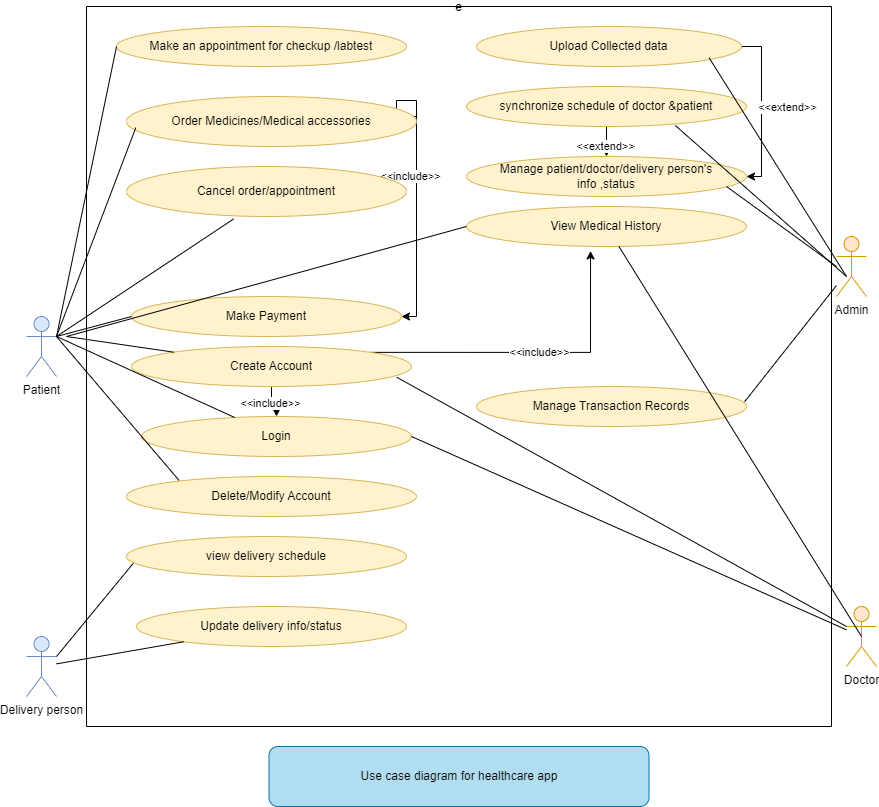
TRISHAHALDER/Medtech_Maven_usecase_diagram keeps this draw.io diagram as medtech_maven_usecase_diagram.png. Above is the earlier version. Source tidied: cells renumbered, new cells last; positions are measured from the earlier drawing's top-left corner, leaving out a move shared by most shapes.
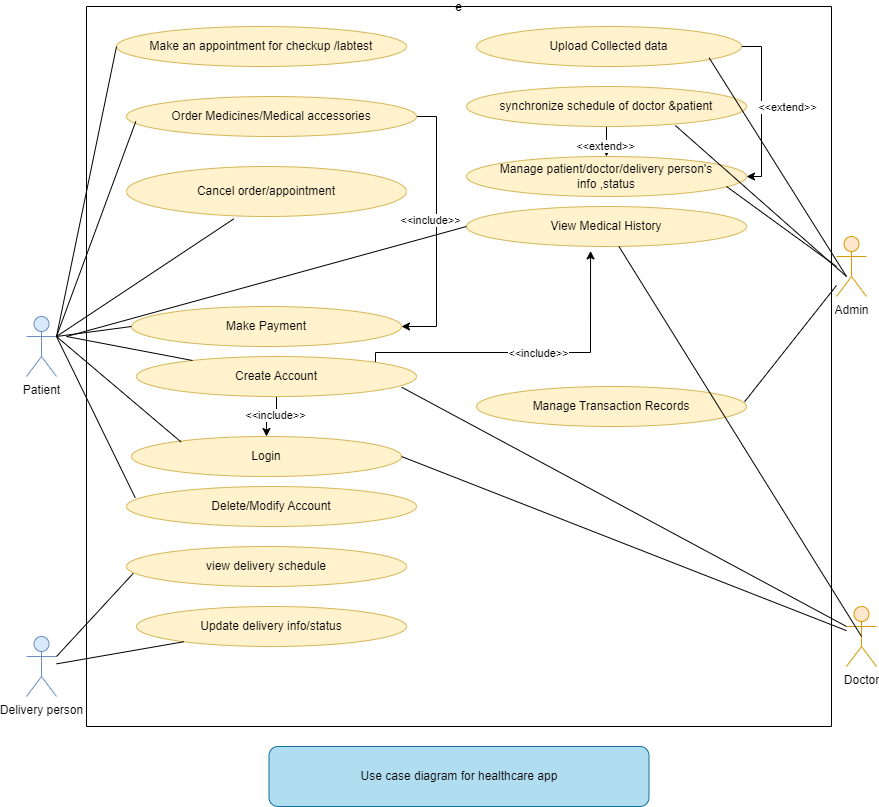
The same diagram one commit later.

What changed in the source:
```diff
@@ -22,21 +22,19 @@
       <mxGeometry x="-0.11" y="-2" relative="1" as="geometry" />
     </mxCell>
     <mxCell id="7" value="Create Account" style="ellipse;whiteSpace=wrap;html=1;fillColor=#fff2cc;strokeColor=#d6b656;" parent="2" vertex="1">
-      <mxGeometry x="45" y="340" width="280" height="40" as="geometry" />
+      <mxGeometry x="50" y="350" width="280" height="40" as="geometry" />
     </mxCell>
     <mxCell id="8" value="Manage Transaction Records" style="ellipse;whiteSpace=wrap;html=1;fillColor=#fff2cc;strokeColor=#d6b656;" parent="2" vertex="1">
       <mxGeometry x="390" y="380" width="270" height="40" as="geometry" />
     </mxCell>
     <mxCell id="9" value="Login" style="ellipse;whiteSpace=wrap;html=1;fillColor=#fff2cc;strokeColor=#d6b656;" parent="2" vertex="1">
-      <mxGeometry x="55" y="410" width="270" height="40" as="geometry" />
+      <mxGeometry x="45" y="430" width="270" height="40" as="geometry" />
     </mxCell>
     <mxCell id="10" style="edgeStyle=orthogonalEdgeStyle;rounded=0;jettySize=auto;html=1;exitX=1;exitY=0.5;exitDx=0;exitDy=0;" parent="2" edge="1" source="20" target="22">
       <mxGeometry relative="1" as="geometry">
         <Array as="points">
-          <mxPoint x="330" y="94" />
-          <mxPoint x="310" y="94" />
-          <mxPoint x="310" y="110" />
-          <mxPoint x="330" y="110" />
+          <mxPoint x="350" y="110" />
+          <mxPoint x="350" y="320" />
         </Array>
       </mxGeometry>
     </mxCell>
@@ -70,13 +68,13 @@
       <mxGeometry x="30" y="20" width="290" height="40" as="geometry" />
     </mxCell>
     <mxCell id="20" value="Order Medicines/Medical accessories" style="ellipse;whiteSpace=wrap;html=1;fillColor=#fff2cc;strokeColor=#d6b656;" parent="2" vertex="1">
-      <mxGeometry x="40" y="90" width="290" height="50" as="geometry" />
+      <mxGeometry x="40" y="90" width="290" height="40" as="geometry" />
     </mxCell>
     <mxCell id="21" value="view delivery schedule" style="ellipse;whiteSpace=wrap;html=1;fillColor=#fff2cc;strokeColor=#d6b656;" parent="2" vertex="1">
-      <mxGeometry x="40" y="530" width="280" height="40" as="geometry" />
+      <mxGeometry x="40" y="540" width="280" height="40" as="geometry" />
     </mxCell>
     <mxCell id="22" value="Make Payment" style="ellipse;whiteSpace=wrap;html=1;fillColor=#fff2cc;strokeColor=#d6b656;" parent="2" vertex="1">
-      <mxGeometry x="45" y="290" width="270" height="40" as="geometry" />
+      <mxGeometry x="45" y="300" width="270" height="40" as="geometry" />
     </mxCell>
     <mxCell id="23" value="Cancel order/appointment" style="ellipse;whiteSpace=wrap;html=1;fillColor=#fff2cc;strokeColor=#d6b656;" parent="2" vertex="1">
       <mxGeometry x="40" y="160" width="280" height="50" as="geometry" />
@@ -85,7 +83,7 @@
       <mxGeometry x="50" y="600" width="270" height="40" as="geometry" />
     </mxCell>
     <mxCell id="25" value="Delete/Modify Account" style="ellipse;whiteSpace=wrap;html=1;fillColor=#fff2cc;strokeColor=#d6b656;" parent="2" vertex="1">
-      <mxGeometry x="40" y="470" width="290" height="40" as="geometry" />
+      <mxGeometry x="40" y="480" width="290" height="40" as="geometry" />
     </mxCell>
     <mxCell id="26" value="Manage patient/doctor/delivery person's&lt;br style=&quot;border-color: var(--border-color);&quot;&gt;info ,status" style="ellipse;whiteSpace=wrap;html=1;fillColor=#fff2cc;strokeColor=#d6b656;" parent="2" vertex="1">
       <mxGeometry x="380" y="150" width="280" height="40" as="geometry" />
@@ -133,7 +131,7 @@
     <mxCell id="38" style="endArrow=none;html=1;rounded=0;" parent="1" edge="1" source="28" target="24">
       <mxGeometry relative="1" as="geometry" />
     </mxCell>
-    <mxCell id="39" style="endArrow=none;html=1;rounded=0;entryX=0.181;entryY=0.096;entryDx=0;entryDy=0;entryPerimeter=0;exitX=1;exitY=0.3333333333333333;exitDx=0;exitDy=0;exitPerimeter=0;" parent="1" edge="1" source="43" target="25">
+    <mxCell id="39" style="endArrow=none;html=1;rounded=0;entryX=0.03;entryY=0.28;entryDx=0;entryDy=0;entryPerimeter=0;exitX=1;exitY=0.3333333333333333;exitDx=0;exitDy=0;exitPerimeter=0;" parent="1" edge="1" source="43" target="25">
       <mxGeometry relative="1" as="geometry" />
     </mxCell>
     <mxCell id="40" value="Use case diagram for healthcare app" style="rounded=1;whiteSpace=wrap;html=1;fillColor=#b1ddf0;strokeColor=#10739e;" parent="1" vertex="1">
@@ -170,7 +168,7 @@
         <mxPoint x="40" y="330" as="sourcePoint" />
       </mxGeometry>
     </mxCell>
-    <mxCell id="48" style="endArrow=none;html=1;rounded=0;" parent="1" edge="1" target="9">
+    <mxCell id="48" style="endArrow=none;html=1;rounded=0;entryX=0.184;entryY=0.14;entryDx=0;entryDy=0;entryPerimeter=0;" parent="1" edge="1" target="9">
       <mxGeometry relative="1" as="geometry">
         <mxPoint x="30" y="330" as="sourcePoint" />
       </mxGeometry>
```
